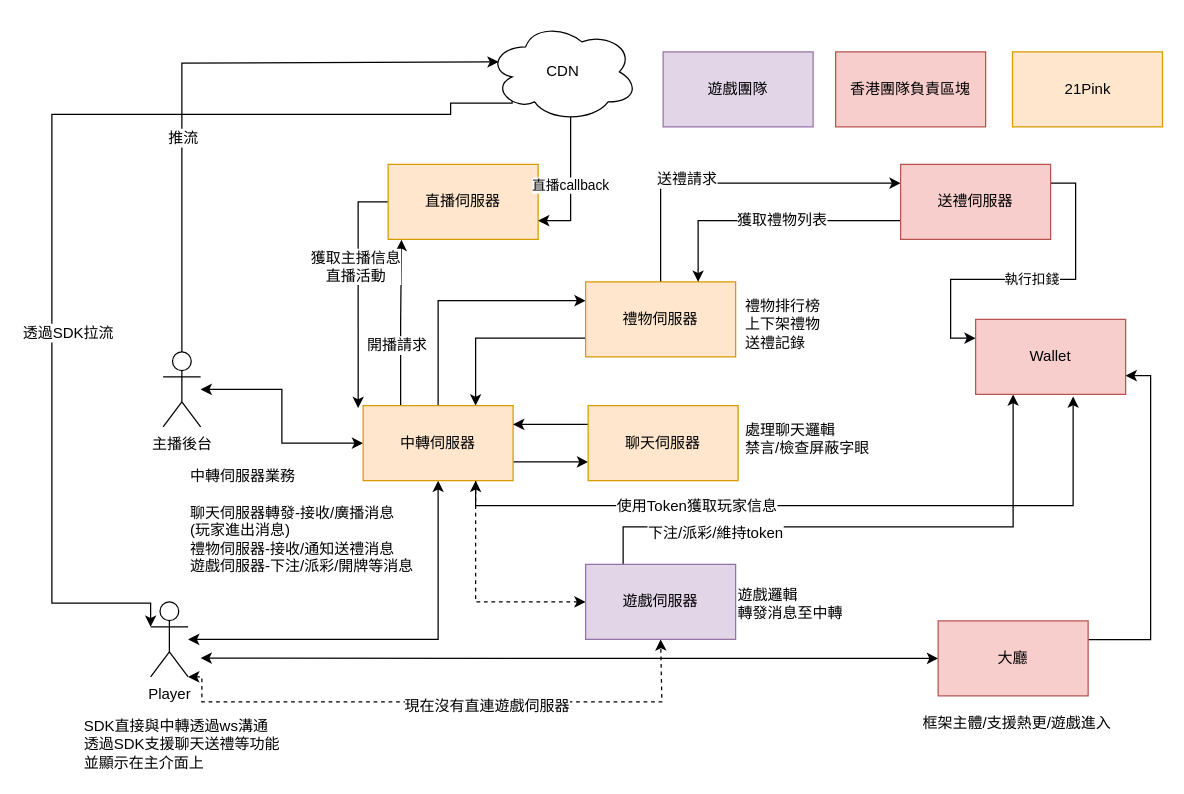
Earlier version of the draw.io diagram Untitled Diagram.drawio (ryanCool/middlewareModule). Source tidied: cells renumbered, new cells numbered last; positions are measured from the earlier drawing's top-left corner, leaving out a move shared by most shapes. Both pictures are drawn from the tidied source at 125%, with x=0, y=0 at pixel (51, 21).
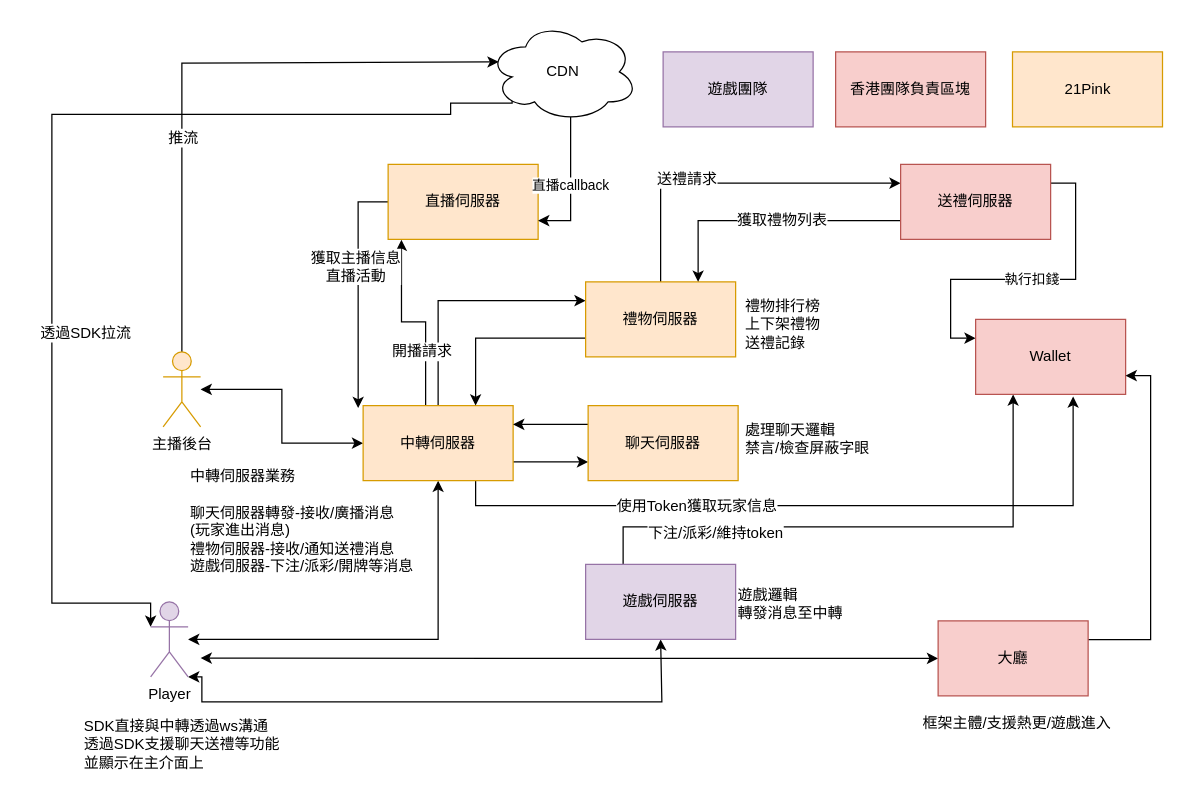
After the change.

The change refers to these unchanged cells:
```xml
<mxCell id="12" style="edgeStyle=orthogonalEdgeStyle;rounded=0;jettySize=auto;html=1;exitX=0;exitY=0.3333333333333333;exitDx=0;exitDy=0;exitPerimeter=0;entryX=0.16;entryY=0.55;entryDx=0;entryDy=0;entryPerimeter=0;startArrow=classic;startFill=1;" parent="1" edge="1" source="14" target="49">
  <mxGeometry relative="1" as="geometry">
    <Array as="points">
      <mxPoint x="79" y="465" />
      <mxPoint y="465" />
      <mxPoint y="74" />
      <mxPoint x="319" y="74" />
      <mxPoint x="319" y="65" />
      <mxPoint x="368" y="65" />
    </Array>
  </mxGeometry>
</mxCell>
<mxCell id="21" value="中轉伺服器" style="rounded=0;whiteSpace=wrap;html=1;fillColor=#ffe6cc;strokeColor=#d79b00;" parent="1" vertex="1">
  <mxGeometry x="249" y="307" width="120" height="60" as="geometry" />
</mxCell>
<mxCell id="33" value="遊戲伺服器" style="rounded=0;whiteSpace=wrap;html=1;fillColor=#e1d5e7;strokeColor=#9673a6;" parent="1" vertex="1">
  <mxGeometry x="427" y="434" width="120" height="60" as="geometry" />
</mxCell>
<mxCell id="43" value="直播伺服器" style="rounded=0;whiteSpace=wrap;html=1;fillColor=#ffe6cc;strokeColor=#d79b00;" parent="1" vertex="1">
  <mxGeometry x="269" y="114" width="120" height="60" as="geometry" />
</mxCell>
```

Change to the diagram source:
```diff
@@
-    <mxCell id="8" value="主播後台" style="shape=umlActor;verticalLabelPosition=bottom;labelBackgroundColor=#ffffff;verticalAlign=top;html=1;outlineConnect=0;" parent="1" vertex="1">
+    <mxCell id="8" value="主播後台" style="shape=umlActor;verticalLabelPosition=bottom;labelBackgroundColor=#ffffff;verticalAlign=top;html=1;outlineConnect=0;fillColor=#ffe6cc;strokeColor=#d79b00;" parent="1" vertex="1">
       <mxGeometry x="89" y="264" width="30" height="60" as="geometry" />
     </mxCell>
@@
-    <mxCell id="10" style="edgeStyle=orthogonalEdgeStyle;rounded=0;jettySize=auto;html=1;exitX=1;exitY=1;exitDx=0;exitDy=0;exitPerimeter=0;entryX=0.5;entryY=1;entryDx=0;entryDy=0;startArrow=classic;startFill=1;dashed=1;" parent="1" edge="1" source="14" target="33">
+    <mxCell id="10" style="edgeStyle=orthogonalEdgeStyle;rounded=0;jettySize=auto;html=1;exitX=1;exitY=1;exitDx=0;exitDy=0;exitPerimeter=0;startArrow=classic;startFill=1;entryX=0.5;entryY=1;entryDx=0;entryDy=0;" parent="1" edge="1" source="14" target="33">
       <mxGeometry relative="1" as="geometry">
         <Array as="points">
           <mxPoint x="120" y="524" />
           <mxPoint x="120" y="544" />
           <mxPoint x="488" y="544" />
+          <mxPoint x="488" y="494" />
         </Array>
       </mxGeometry>
     </mxCell>
-    <mxCell id="11" value="現在沒有直連遊戲伺服器" style="text;html=1;align=center;verticalAlign=middle;labelBackgroundColor=#ffffff;" parent="10" vertex="1">
-      <mxGeometry x="0.15" y="-3" relative="1" as="geometry" />
-    </mxCell>
@@
     <mxCell id="13" value="透過SDK拉流" style="text;html=1;align=center;verticalAlign=middle;labelBackgroundColor=#ffffff;" parent="12" vertex="1">
       <mxGeometry x="-0.29" relative="1" as="geometry">
-        <mxPoint x="12" as="offset" />
+        <mxPoint x="26" as="offset" />
       </mxGeometry>
     </mxCell>
-    <mxCell id="14" value="Player" style="shape=umlActor;verticalLabelPosition=bottom;labelBackgroundColor=#ffffff;verticalAlign=top;html=1;outlineConnect=0;" parent="1" vertex="1">
+    <mxCell id="14" value="Player" style="shape=umlActor;verticalLabelPosition=bottom;labelBackgroundColor=#ffffff;verticalAlign=top;html=1;outlineConnect=0;fillColor=#e1d5e7;strokeColor=#9673a6;" parent="1" vertex="1">
       <mxGeometry x="79" y="464" width="30" height="60" as="geometry" />
     </mxCell>
@@
     <mxCell id="19" style="edgeStyle=orthogonalEdgeStyle;rounded=0;jettySize=auto;html=1;exitX=0.25;exitY=0;exitDx=0;exitDy=0;entryX=0.089;entryY=1.006;entryDx=0;entryDy=0;entryPerimeter=0;startArrow=none;startFill=0;" parent="1" edge="1" source="21" target="43">
-      <mxGeometry relative="1" as="geometry" />
+      <mxGeometry relative="1" as="geometry">
+        <Array as="points">
+          <mxPoint x="299" y="307" />
+          <mxPoint x="299" y="240" />
+          <mxPoint x="280" y="240" />
+        </Array>
+      </mxGeometry>
     </mxCell>
@@
-    <mxCell id="32" style="edgeStyle=orthogonalEdgeStyle;rounded=0;jettySize=auto;html=1;exitX=0;exitY=0.5;exitDx=0;exitDy=0;entryX=0.75;entryY=1;entryDx=0;entryDy=0;startArrow=classic;startFill=1;dashed=1;" parent="1" edge="1" source="33" target="21">
-      <mxGeometry relative="1" as="geometry" />
-    </mxCell>
```
